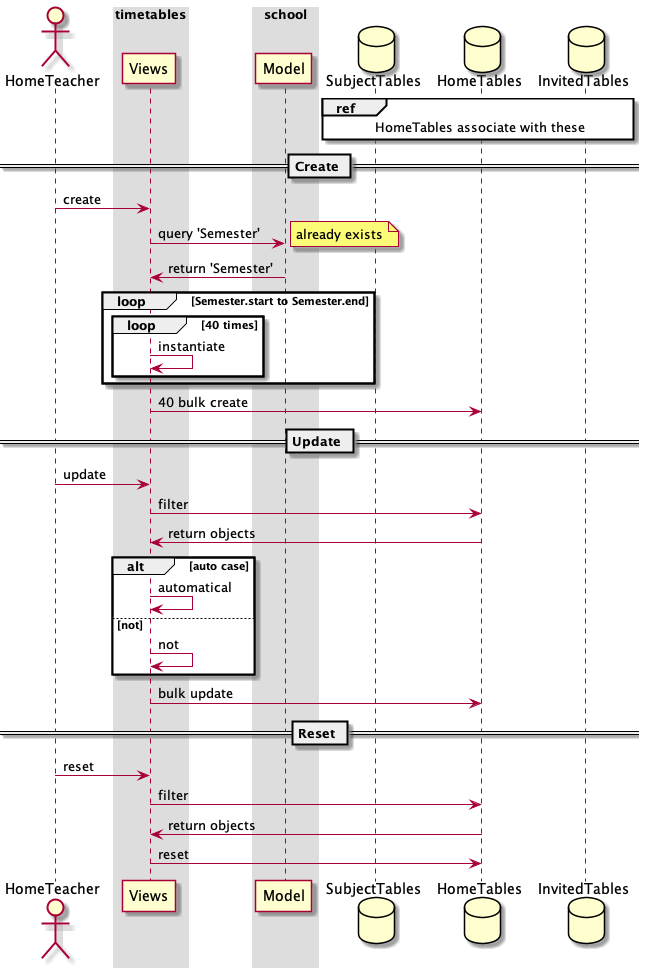
Above: _report/2020-10-16-report/sequence_home.png in hyeonjang/class_schedule_maker (PlantUML), before the change.
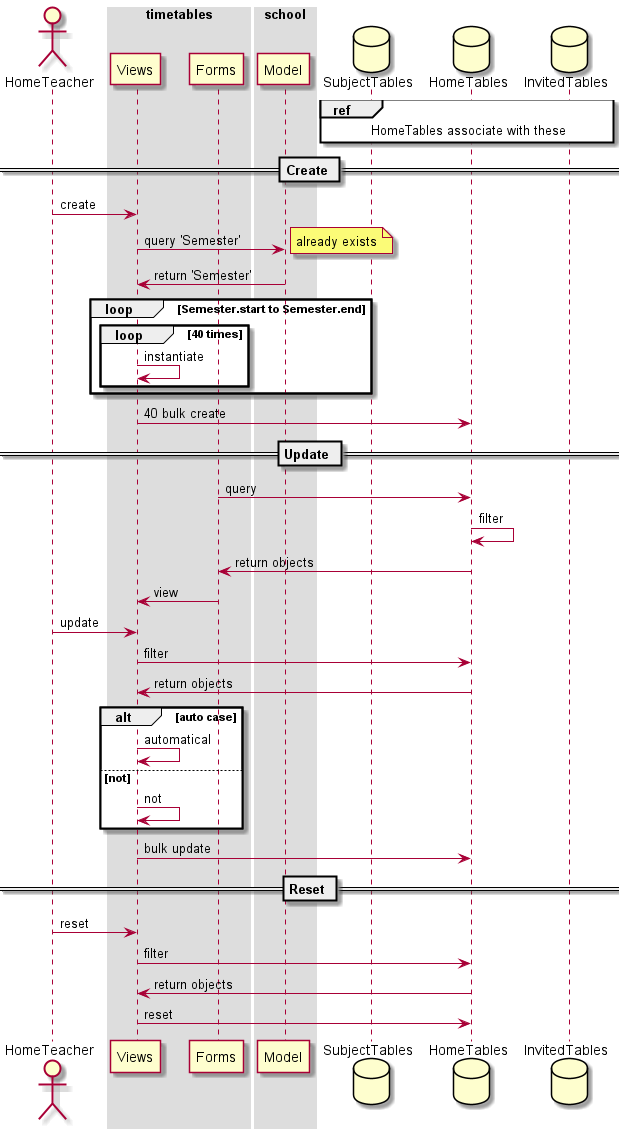
After the commit.

What changed in the source:
```diff
@@ -5,6 +5,7 @@
 
 box timetables
     participant Views
+    participant Forms
 end box
 
 box school
@@ -32,6 +33,10 @@
 Views -> HomeTables : 40 bulk create
 
 == Update ==
+Forms -> HomeTables : query
+HomeTables -> HomeTables : filter
+HomeTables -> Forms : return objects
+Forms -> Views : view
 HomeTeacher -> Views : update
 Views -> HomeTables : filter
 HomeTables -> Views : return objects
```
